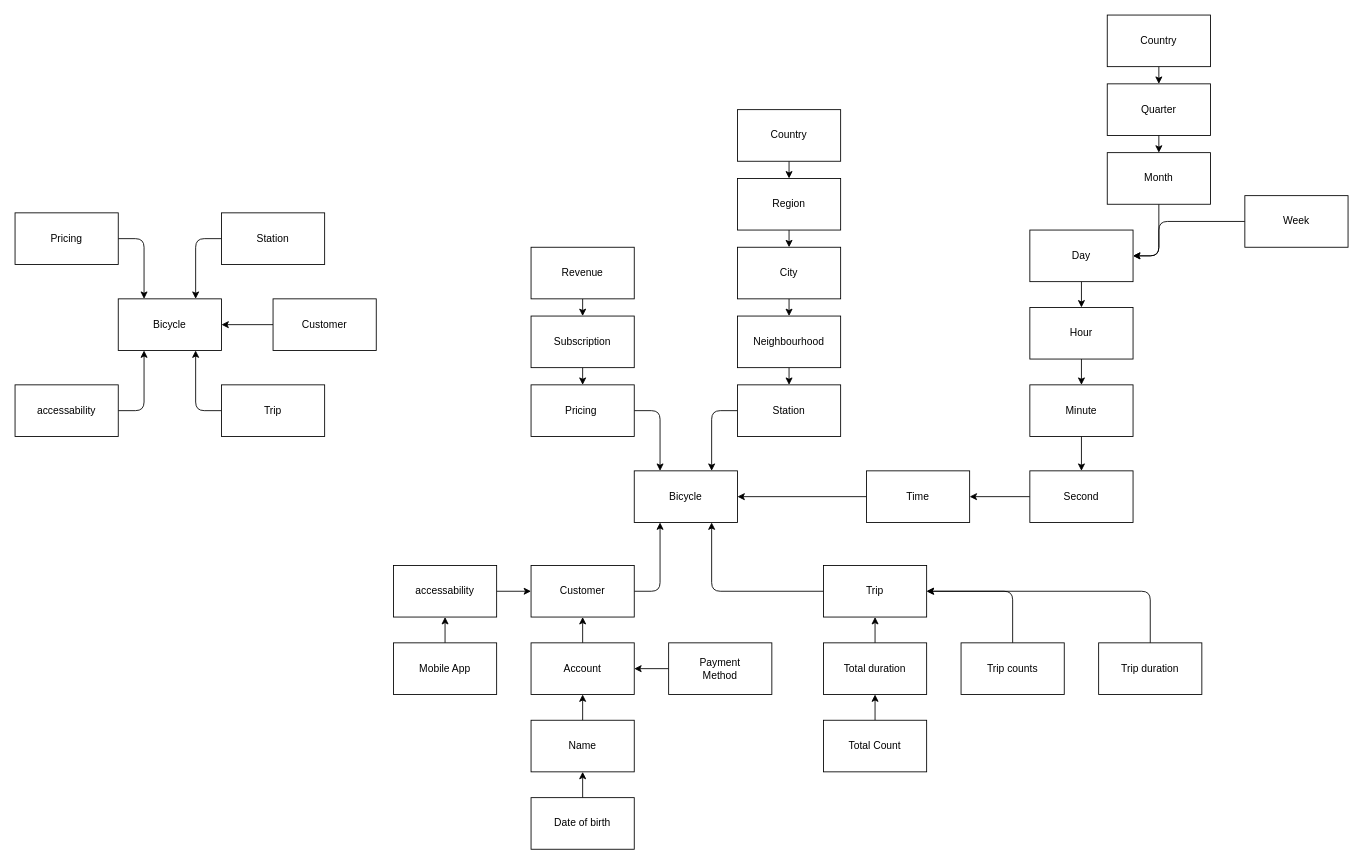
m-c-v-k/Portfolio keeps this draw.io diagram as page "Page-1" (2 of 2) of Data Engineer/Main Studies/Module 6 - Database and Data Warehouse/D4/task2.drawio. Above is the earlier version. Source tidied: cells renumbered, new cells numbered last; positions are measured from the earlier drawing's top-left corner, leaving out a move shared by most shapes. Both pictures are drawn from the tidied source at 86%, with x=0, y=0 at pixel (15, 15).
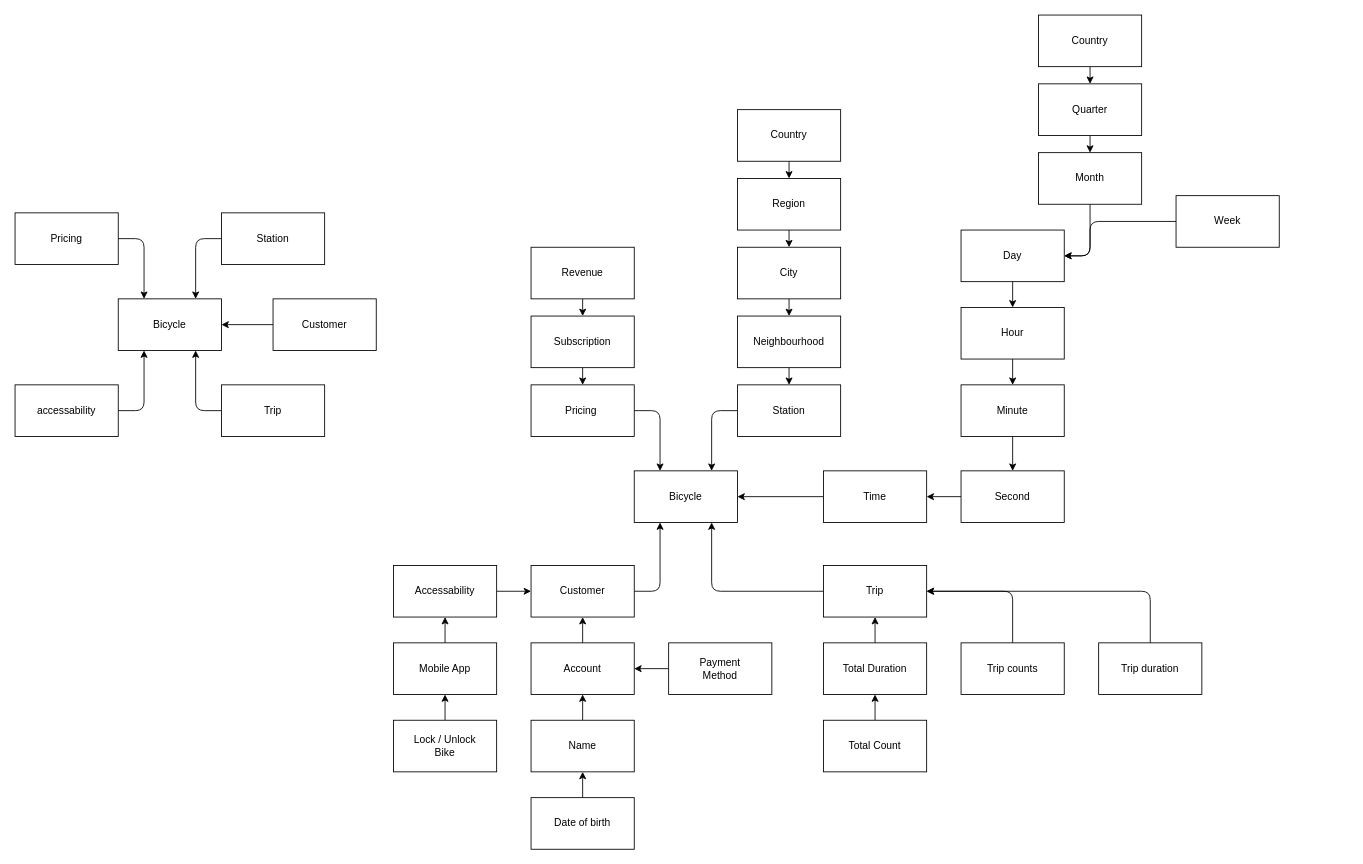
After the change.

Unchanged cells that the change refers to:
```xml
<mxCell id="37" value="Mobile App" style="rounded=0;whiteSpace=wrap;html=1;" parent="1" vertex="1">
  <mxGeometry x="440" y="730" width="120" height="60" as="geometry" />
</mxCell>
```

Change to the diagram source:
```diff
@@
-    <mxCell id="35" value="accessability" style="whiteSpace=wrap;html=1;" parent="1" vertex="1">
+    <mxCell id="35" value="Accessability" style="whiteSpace=wrap;html=1;" parent="1" vertex="1">
       <mxGeometry x="440" y="640" width="120" height="60" as="geometry" />
     </mxCell>
@@
-    <mxCell id="45" value="Total duration" style="whiteSpace=wrap;html=1;" parent="1" vertex="1">
+    <mxCell id="45" value="Total Duration" style="whiteSpace=wrap;html=1;" parent="1" vertex="1">
       <mxGeometry x="940" y="730" width="120" height="60" as="geometry" />
     </mxCell>
@@
     <mxCell id="55" value="Day" style="whiteSpace=wrap;html=1;" parent="1" vertex="1">
-      <mxGeometry x="1180" y="250" width="120" height="60" as="geometry" />
+      <mxGeometry x="1100" y="250" width="120" height="60" as="geometry" />
     </mxCell>
     <mxCell id="56" style="edgeStyle=none;html=1;exitX=0;exitY=0.5;exitDx=0;exitDy=0;entryX=1;entryY=0.5;entryDx=0;entryDy=0;" parent="1" edge="1" source="57" target="55">
       <mxGeometry relative="1" as="geometry">
         <Array as="points">
-          <mxPoint x="1330" y="240" />
-          <mxPoint x="1330" y="280" />
+          <mxPoint x="1250" y="240" />
+          <mxPoint x="1250" y="280" />
         </Array>
       </mxGeometry>
     </mxCell>
     <mxCell id="57" value="Week" style="whiteSpace=wrap;html=1;" parent="1" vertex="1">
-      <mxGeometry x="1430" y="210" width="120" height="60" as="geometry" />
+      <mxGeometry x="1350" y="210" width="120" height="60" as="geometry" />
     </mxCell>
     <mxCell id="58" style="edgeStyle=none;html=1;exitX=0.5;exitY=1;exitDx=0;exitDy=0;entryX=1;entryY=0.5;entryDx=0;entryDy=0;" parent="1" edge="1" source="59" target="55">
       <mxGeometry relative="1" as="geometry">
         <Array as="points">
-          <mxPoint x="1330" y="280" />
+          <mxPoint x="1250" y="280" />
         </Array>
       </mxGeometry>
     </mxCell>
     <mxCell id="59" value="Month" style="whiteSpace=wrap;html=1;" parent="1" vertex="1">
-      <mxGeometry x="1270" y="160" width="120" height="60" as="geometry" />
+      <mxGeometry x="1190" y="160" width="120" height="60" as="geometry" />
     </mxCell>
@@
     <mxCell id="61" value="Quarter" style="whiteSpace=wrap;html=1;" parent="1" vertex="1">
-      <mxGeometry x="1270" y="80" width="120" height="60" as="geometry" />
+      <mxGeometry x="1190" y="80" width="120" height="60" as="geometry" />
     </mxCell>
@@
     <mxCell id="63" value="Country" style="whiteSpace=wrap;html=1;" parent="1" vertex="1">
-      <mxGeometry x="1270" width="120" height="60" as="geometry" />
+      <mxGeometry x="1190" width="120" height="60" as="geometry" />
     </mxCell>
@@
     <mxCell id="65" value="Time" style="whiteSpace=wrap;html=1;" parent="1" vertex="1">
-      <mxGeometry x="990" y="530" width="120" height="60" as="geometry" />
+      <mxGeometry x="940" y="530" width="120" height="60" as="geometry" />
     </mxCell>
-    <mxCell id="66" style="edgeStyle=none;html=1;entryX=0.5;entryY=0;entryDx=0;entryDy=0;" parent="1" edge="1" source="67" target="69">
+    <mxCell id="66" style="edgeStyle=none;html=1;" parent="1" edge="1" source="67" target="69">
       <mxGeometry relative="1" as="geometry" />
     </mxCell>
     <mxCell id="67" value="Hour" style="whiteSpace=wrap;html=1;" parent="1" vertex="1">
-      <mxGeometry x="1180" y="340" width="120" height="60" as="geometry" />
+      <mxGeometry x="1100" y="340" width="120" height="60" as="geometry" />
     </mxCell>
@@
     <mxCell id="69" value="Minute" style="whiteSpace=wrap;html=1;" parent="1" vertex="1">
-      <mxGeometry x="1180" y="430" width="120" height="60" as="geometry" />
+      <mxGeometry x="1100" y="430" width="120" height="60" as="geometry" />
     </mxCell>
@@
     <mxCell id="71" value="Second" style="whiteSpace=wrap;html=1;" parent="1" vertex="1">
-      <mxGeometry x="1180" y="530" width="120" height="60" as="geometry" />
+      <mxGeometry x="1100" y="530" width="120" height="60" as="geometry" />
     </mxCell>
+    <mxCell id="72" style="edgeStyle=none;html=1;" parent="1" edge="1" source="73" target="37">
+      <mxGeometry relative="1" as="geometry" />
+    </mxCell>
+    <mxCell id="73" value="Lock / Unlock&lt;br&gt;Bike" style="whiteSpace=wrap;html=1;" parent="1" vertex="1">
+      <mxGeometry x="440" y="820" width="120" height="60" as="geometry" />
+    </mxCell>
```
